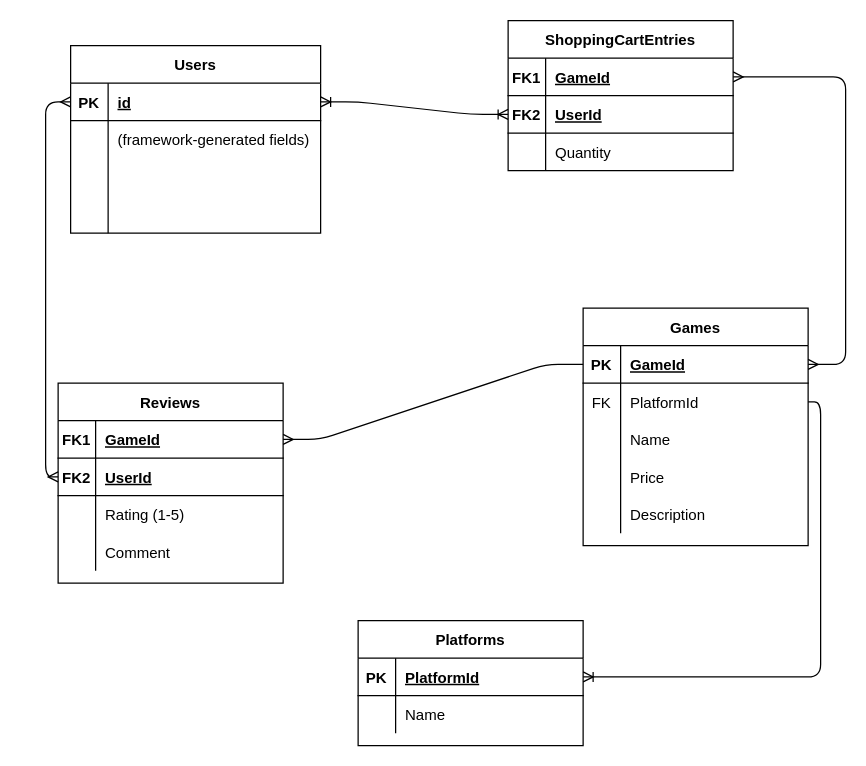
This is eCommerce ERD.drawio from dylanbram354/ECommerceBackend, a draw.io file, before an edit. Source tidied: cells renumbered, new cells numbered last; positions are measured from the earlier drawing's top-left corner, leaving out a move shared by most shapes. Both pictures are drawn from the tidied source at 125%, with x=0, y=0 at pixel (58, 20).
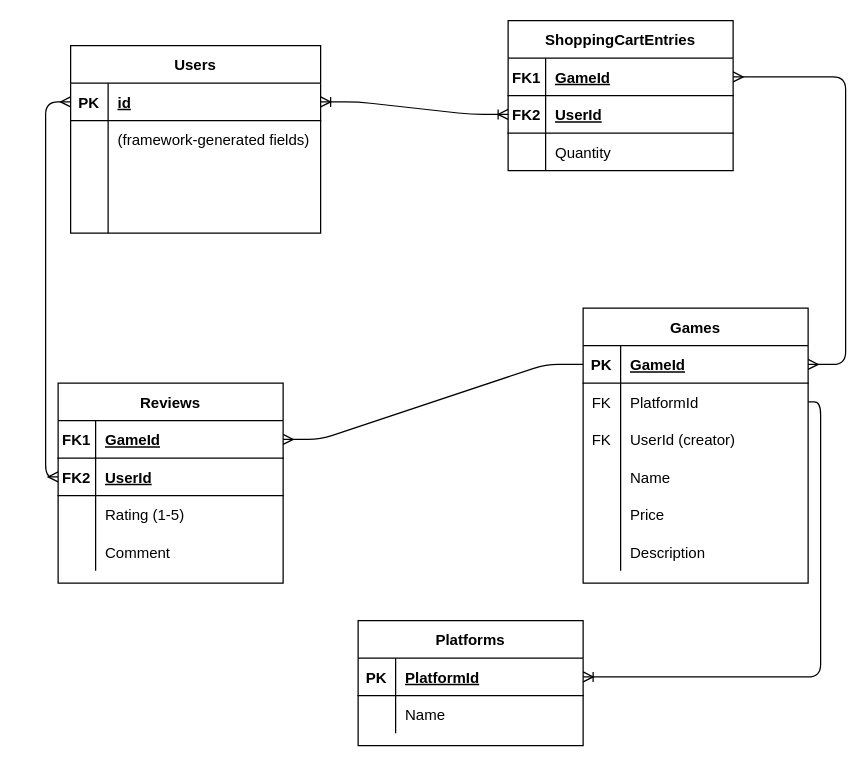
Above is the later version.

The edit, as a diff of the source:
```diff
@@
     <mxCell id="15" value="Games" style="shape=table;startSize=30;childLayout=tableLayout;rowLines=0;fontStyle=1;align=center;" parent="1" vertex="1">
-      <mxGeometry x="420" y="230" width="180" height="190" as="geometry" />
+      <mxGeometry x="420" y="230" width="180" height="220" as="geometry" />
     </mxCell>
@@
+    <mxCell id="67" style="shape=partialRectangle;fillColor=none;top=0;left=0;bottom=0;right=0;" parent="15" vertex="1">
+      <mxGeometry y="90" width="180" height="30" as="geometry" />
+    </mxCell>
+    <mxCell id="68" value="FK" style="shape=partialRectangle;fillColor=none;top=0;left=0;bottom=0;right=0;fontStyle=0;overflow=hidden;" parent="67" vertex="1">
+      <mxGeometry width="30" height="30" as="geometry" />
+    </mxCell>
+    <mxCell id="69" value="UserId (creator)" style="shape=partialRectangle;fillColor=none;top=0;left=0;bottom=0;right=0;align=left;spacingLeft=6;fontStyle=0;overflow=hidden;" parent="67" vertex="1">
+      <mxGeometry x="30" width="150" height="30" as="geometry" />
+    </mxCell>
     <mxCell id="22" style="shape=partialRectangle;fillColor=none;top=0;left=0;bottom=0;right=0;" parent="15" vertex="1">
-      <mxGeometry y="90" width="180" height="30" as="geometry" />
+      <mxGeometry y="120" width="180" height="30" as="geometry" />
     </mxCell>
@@
     <mxCell id="25" style="shape=partialRectangle;fillColor=none;top=0;left=0;bottom=0;right=0;" parent="15" vertex="1">
-      <mxGeometry y="120" width="180" height="30" as="geometry" />
+      <mxGeometry y="150" width="180" height="30" as="geometry" />
     </mxCell>
@@
     <mxCell id="28" style="shape=partialRectangle;fillColor=none;top=0;left=0;bottom=0;right=0;" parent="15" vertex="1">
-      <mxGeometry y="150" width="180" height="30" as="geometry" />
+      <mxGeometry y="180" width="180" height="30" as="geometry" />
     </mxCell>
```
